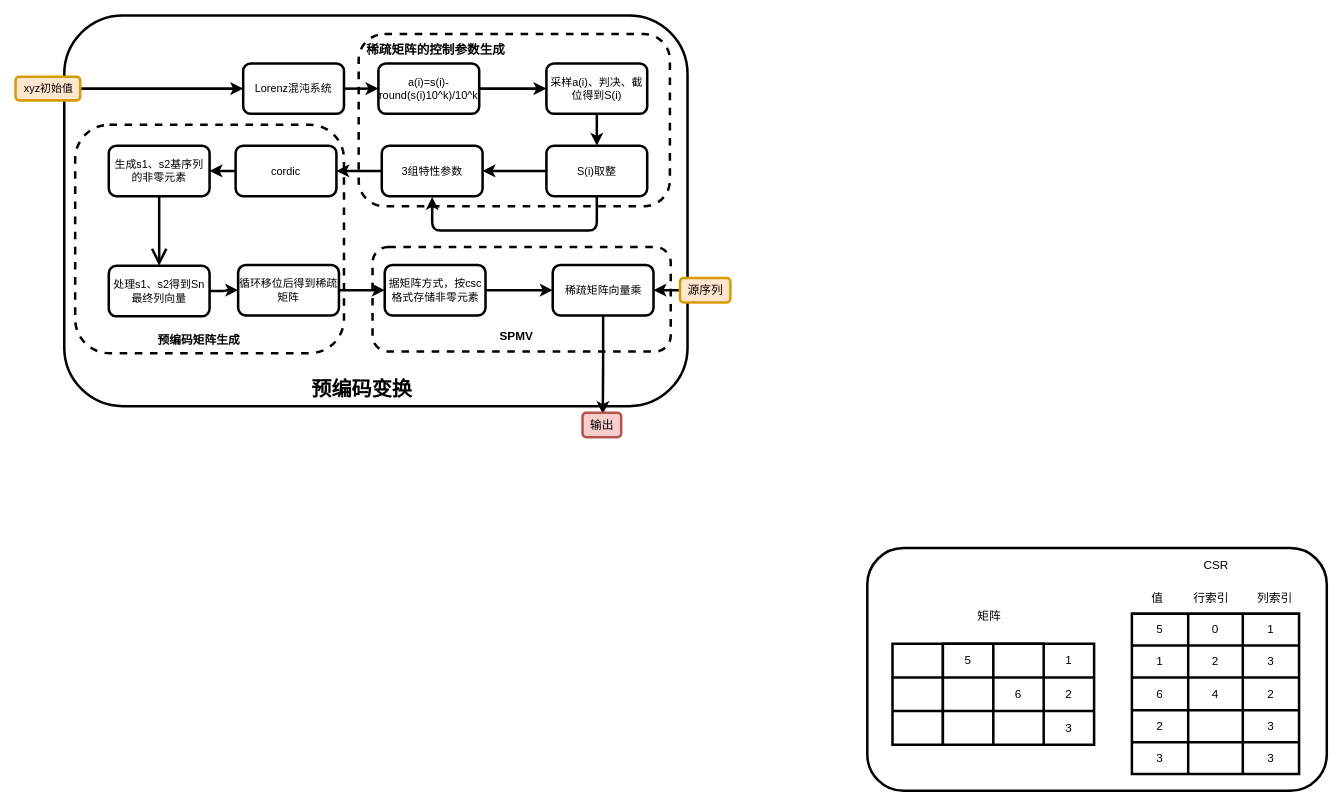
z1025220674/Completion_code keeps this draw.io diagram as page "扰乱加密算法" (3 of 8) of 毕设相关流程图.drawio. Above is the earlier version. Source tidied: cells renumbered, new cells numbered last; positions are measured from the earlier drawing's top-left corner, leaving out a move shared by most shapes. Both pictures are drawn from the tidied source at 84%, with x=0, y=0 at pixel (15, 15).
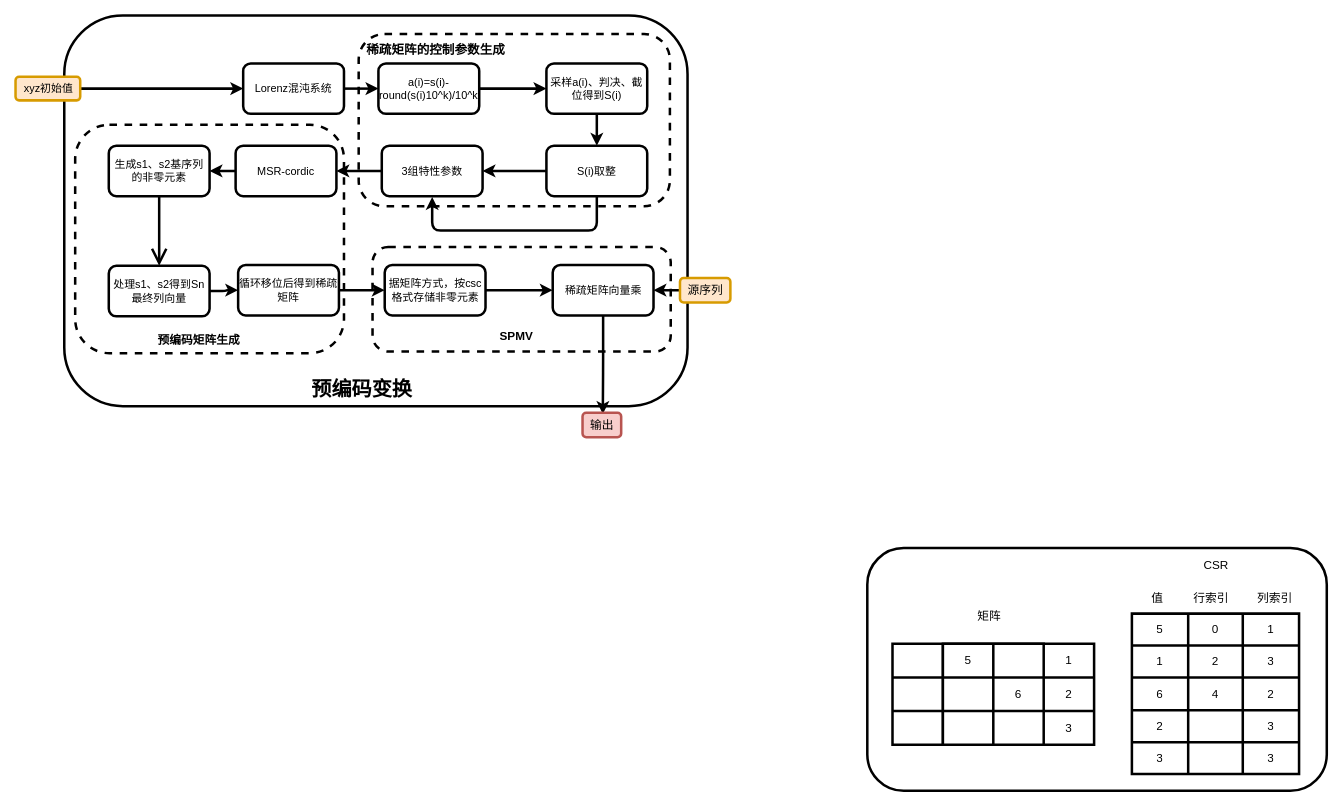
Above is the later version.

Diff of the diagram source:
```diff
@@
-    <mxCell id="21" value="cordic" style="rounded=1;whiteSpace=wrap;html=1;strokeWidth=3;fontSize=13;" parent="1" vertex="1">
+    <mxCell id="21" value="MSR-cordic" style="rounded=1;whiteSpace=wrap;html=1;strokeWidth=3;fontSize=13;" parent="1" vertex="1">
       <mxGeometry x="262" y="155" width="120" height="60" as="geometry" />
     </mxCell>
```
